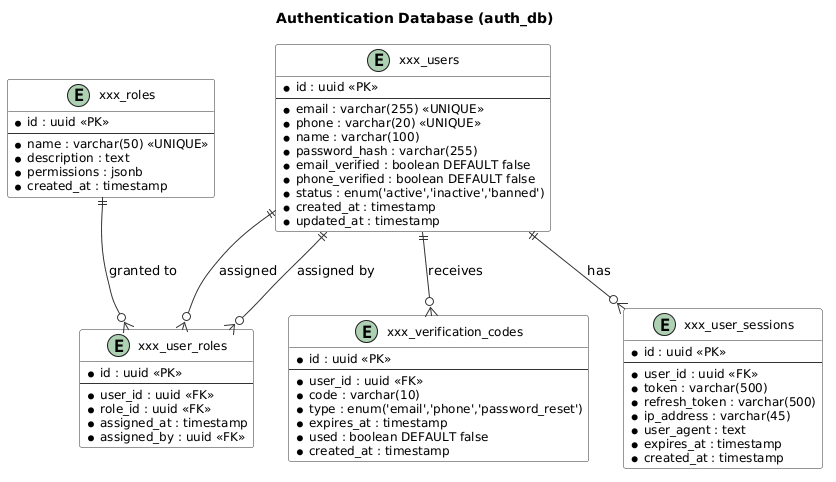
Above: modules/images/erd/erd-auth.png in namnh240795/document (PlantUML), before the change. The source it was exported from:
```plantuml
@startuml

skinparam class {
  BackgroundColor #F8F8F8
  BorderColor #333333
  ArrowColor #333333
  AttributeFontSize 12
}

title Authentication Database (auth_db)

entity "xxx_users" as users {
  * id : uuid <<PK>>
  --
  * email : varchar(255) <<UNIQUE>>
  * phone : varchar(20) <<UNIQUE>>
  * name : varchar(100)
  * password_hash : varchar(255)
  * email_verified : boolean DEFAULT false
  * phone_verified : boolean DEFAULT false
  * status : enum('active','inactive','banned')
  * created_at : timestamp
  * updated_at : timestamp
}

entity "xxx_user_sessions" as sessions {
  * id : uuid <<PK>>
  --
  * user_id : uuid <<FK>>
  * token : varchar(500)
  * refresh_token : varchar(500)
  * ip_address : varchar(45)
  * user_agent : text
  * expires_at : timestamp
  * created_at : timestamp
}

entity "xxx_roles" as roles {
  * id : uuid <<PK>>
  --
  * name : varchar(50) <<UNIQUE>>
  * description : text
  * permissions : jsonb
  * created_at : timestamp
}

entity "xxx_user_roles" as user_roles {
  * id : uuid <<PK>>
  --
  * user_id : uuid <<FK>>
  * role_id : uuid <<FK>>
  * assigned_at : timestamp
  * assigned_by : uuid <<FK>>
}

entity "xxx_verification_codes" as verification {
  * id : uuid <<PK>>
  --
  * user_id : uuid <<FK>>
  * code : varchar(10)
  * type : enum('email','phone','password_reset')
  * expires_at : timestamp
  * used : boolean DEFAULT false
  * created_at : timestamp
}

users ||--o{ sessions : "has"
users ||--o{ user_roles : "assigned"
roles ||--o{ user_roles : "granted to"
users ||--o{ verification : "receives"
users ||--o{ user_roles : "assigned by"

@enduml
```
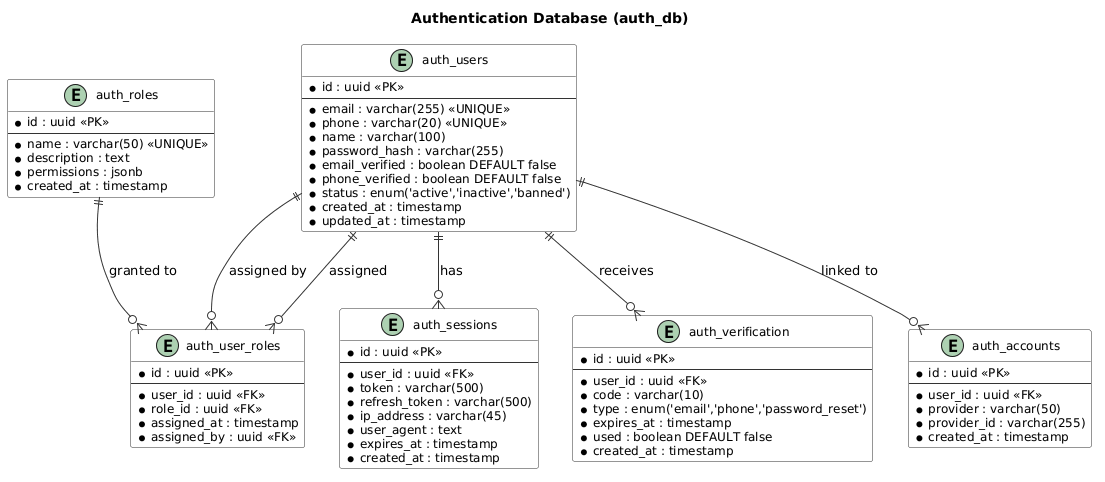
The same file after the commit.

Commit message:
Update AUTH module ERD diagram

Diff of the diagram source:
```diff
@@ -9,7 +9,7 @@
 
 title Authentication Database (auth_db)
 
-entity "xxx_users" as users {
+entity "auth_users" as users {
   * id : uuid <<PK>>
   --
   * email : varchar(255) <<UNIQUE>>
@@ -23,7 +23,7 @@
   * updated_at : timestamp
 }
 
-entity "xxx_user_sessions" as sessions {
+entity "auth_sessions" as sessions {
   * id : uuid <<PK>>
   --
   * user_id : uuid <<FK>>
@@ -35,7 +35,16 @@
   * created_at : timestamp
 }
 
-entity "xxx_roles" as roles {
+entity "auth_accounts" as accounts {
+  * id : uuid <<PK>>
+  --
+  * user_id : uuid <<FK>>
+  * provider : varchar(50)
+  * provider_id : varchar(255)
+  * created_at : timestamp
+}
+
+entity "auth_roles" as roles {
   * id : uuid <<PK>>
   --
   * name : varchar(50) <<UNIQUE>>
@@ -44,7 +53,7 @@
   * created_at : timestamp
 }
 
-entity "xxx_user_roles" as user_roles {
+entity "auth_user_roles" as user_roles {
   * id : uuid <<PK>>
   --
   * user_id : uuid <<FK>>
@@ -53,7 +62,7 @@
   * assigned_by : uuid <<FK>>
 }
 
-entity "xxx_verification_codes" as verification {
+entity "auth_verification" as verification {
   * id : uuid <<PK>>
   --
   * user_id : uuid <<FK>>
@@ -65,6 +74,7 @@
 }
 
 users ||--o{ sessions : "has"
+users ||--o{ accounts : "linked to"
 users ||--o{ user_roles : "assigned"
 roles ||--o{ user_roles : "granted to"
 users ||--o{ verification : "receives"
```
